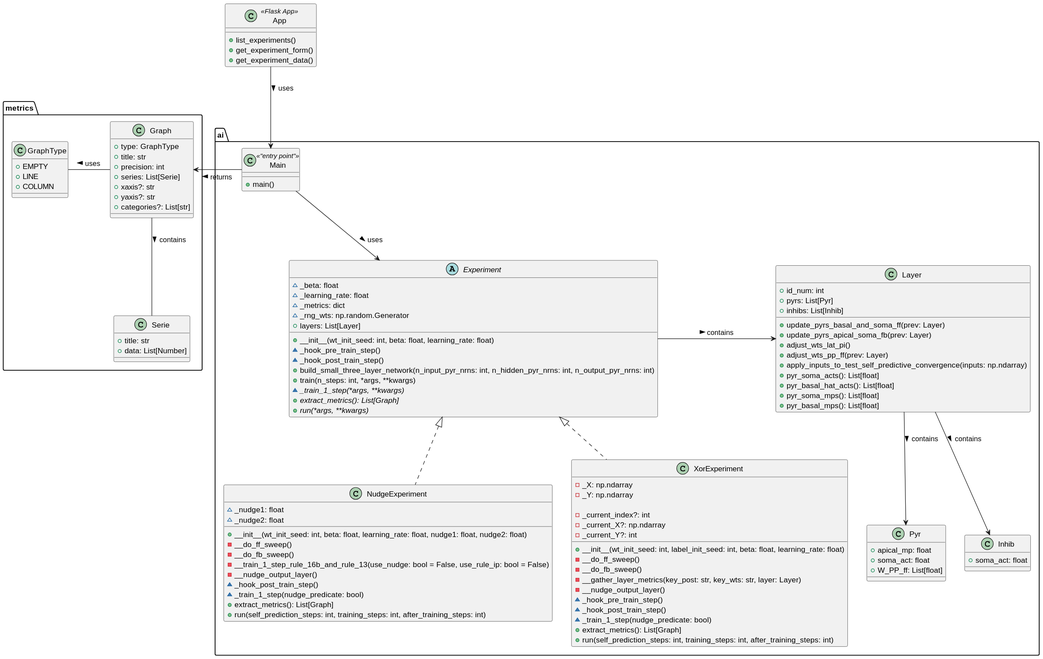
The PlantUML diagram docs/app_architecture.svg in AnthonySMaida/dendritic-microcircuits, before a commit.
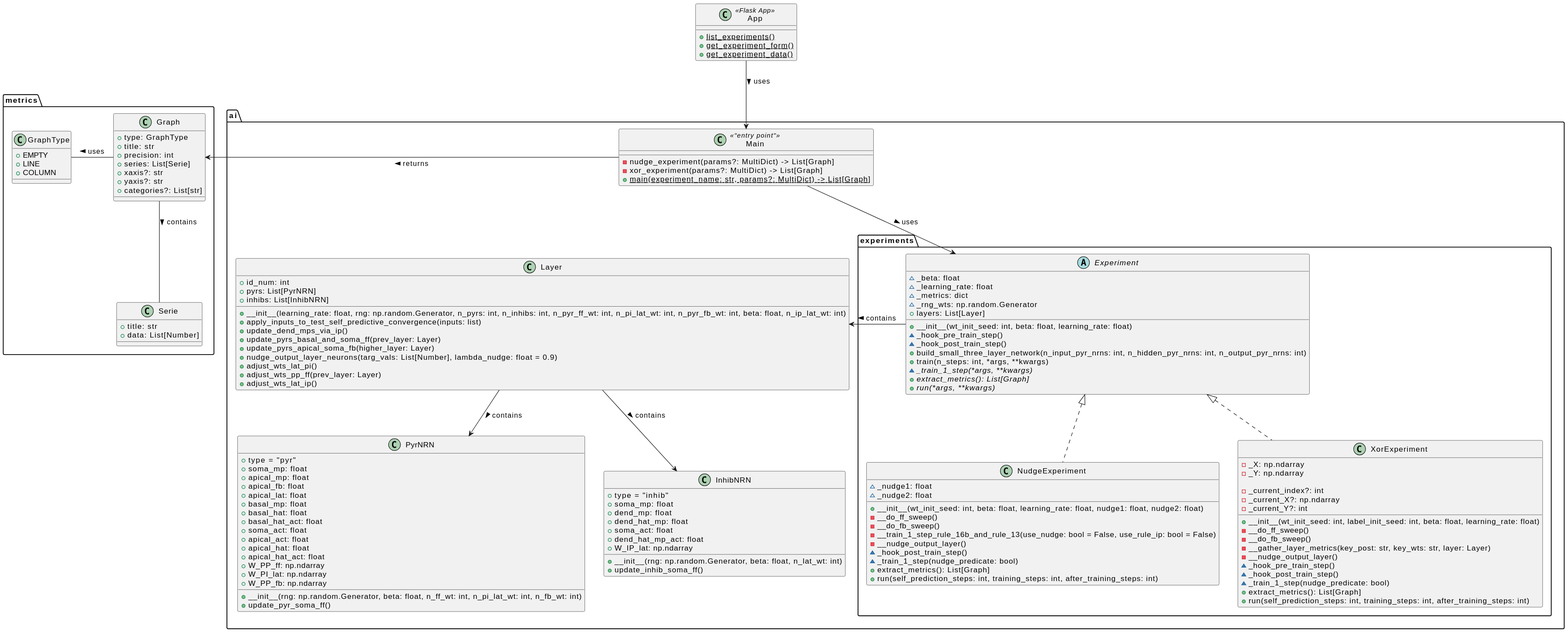
The same diagram one commit later.

Commit message:
Update ai package diagram

Diff of the diagram source:
```diff
@@ -26,95 +26,121 @@
 }
 
 package "ai" {
-    abstract class "Experiment" {
-        ~ _beta: float
-        ~ _learning_rate: float
-        ~ _metrics: dict
-        ~ _rng_wts: np.random.Generator
-        + layers: List[Layer]
-        + __init__(wt_init_seed: int, beta: float, learning_rate: float)
-        ~ _hook_pre_train_step()
-        ~ _hook_post_train_step()
-        + build_small_three_layer_network(n_input_pyr_nrns: int, n_hidden_pyr_nrns: int, n_output_pyr_nrns: int)
-        + train(n_steps: int, *args, **kwargs)
-        ~ {abstract} _train_1_step(*args, **kwargs)
-        + {abstract} extract_metrics(): List[Graph]
-        + {abstract} run(*args, **kwargs)
-    }
+    package "experiments" {
+        abstract class "Experiment" {
+            ~ _beta: float
+            ~ _learning_rate: float
+            ~ _metrics: dict
+            ~ _rng_wts: np.random.Generator
+            + layers: List[Layer]
+            + __init__(wt_init_seed: int, beta: float, learning_rate: float)
+            ~ _hook_pre_train_step()
+            ~ _hook_post_train_step()
+            + build_small_three_layer_network(n_input_pyr_nrns: int, n_hidden_pyr_nrns: int, n_output_pyr_nrns: int)
+            + train(n_steps: int, *args, **kwargs)
+            ~ {abstract} _train_1_step(*args, **kwargs)
+            + {abstract} extract_metrics(): List[Graph]
+            + {abstract} run(*args, **kwargs)
+        }
 
-    class "NudgeExperiment" implements "Experiment" {
-        ~ _nudge1: float
-        ~ _nudge2: float
-        + __init__(wt_init_seed: int, beta: float, learning_rate: float, nudge1: float, nudge2: float)
-        - __do_ff_sweep()
-        - __do_fb_sweep()
-        - __train_1_step_rule_16b_and_rule_13(use_nudge: bool = False, use_rule_ip: bool = False)
-        - __nudge_output_layer()
-        ~ _hook_post_train_step()
-        ~ _train_1_step(nudge_predicate: bool)
-        + extract_metrics(): List[Graph]
-        + run(self_prediction_steps: int, training_steps: int, after_training_steps: int)
-    }
+        class "NudgeExperiment" implements "Experiment" {
+            ~ _nudge1: float
+            ~ _nudge2: float
+            + __init__(wt_init_seed: int, beta: float, learning_rate: float, nudge1: float, nudge2: float)
+            - __do_ff_sweep()
+            - __do_fb_sweep()
+            - __train_1_step_rule_16b_and_rule_13(use_nudge: bool = False, use_rule_ip: bool = False)
+            - __nudge_output_layer()
+            ~ _hook_post_train_step()
+            ~ _train_1_step(nudge_predicate: bool)
+            + extract_metrics(): List[Graph]
+            + run(self_prediction_steps: int, training_steps: int, after_training_steps: int)
+        }
 
-    class "XorExperiment" implements "Experiment" {
-        - _X: np.ndarray
-        - _Y: np.ndarray
+        class "XorExperiment" implements "Experiment" {
+            - _X: np.ndarray
+            - _Y: np.ndarray
 
-        - _current_index?: int
-        - _current_X?: np.ndarray
-        - _current_Y?: int
+            - _current_index?: int
+            - _current_X?: np.ndarray
+            - _current_Y?: int
 
-        + __init__(wt_init_seed: int, label_init_seed: int, beta: float, learning_rate: float)
-        - __do_ff_sweep()
-        - __do_fb_sweep()
-        - __gather_layer_metrics(key_post: str, key_wts: str, layer: Layer)
-        - __nudge_output_layer()
-        ~ _hook_pre_train_step()
-        ~ _hook_post_train_step()
-        ~ _train_1_step(nudge_predicate: bool)
-        + extract_metrics(): List[Graph]
-        + run(self_prediction_steps: int, training_steps: int, after_training_steps: int)
+            + __init__(wt_init_seed: int, label_init_seed: int, beta: float, learning_rate: float)
+            - __do_ff_sweep()
+            - __do_fb_sweep()
+            - __gather_layer_metrics(key_post: str, key_wts: str, layer: Layer)
+            - __nudge_output_layer()
+            ~ _hook_pre_train_step()
+            ~ _hook_post_train_step()
+            ~ _train_1_step(nudge_predicate: bool)
+            + extract_metrics(): List[Graph]
+            + run(self_prediction_steps: int, training_steps: int, after_training_steps: int)
+        }
     }
 
     class "Layer" {
         + id_num: int
-        + pyrs: List[Pyr]
-        + inhibs: List[Inhib]
-        + update_pyrs_basal_and_soma_ff(prev: Layer)
-        + update_pyrs_apical_soma_fb(prev: Layer)
+        + pyrs: List[PyrNRN]
+        + inhibs: List[InhibNRN]
+        + __init__(learning_rate: float, rng: np.random.Generator, n_pyrs: int, n_inhibs: int, n_pyr_ff_wt: int, n_pi_lat_wt: int, n_pyr_fb_wt: int, beta: float, n_ip_lat_wt: int)
+        + apply_inputs_to_test_self_predictive_convergence(inputs: list)
+        + update_dend_mps_via_ip()
+        + update_pyrs_basal_and_soma_ff(prev_layer: Layer)
+        + update_pyrs_apical_soma_fb(higher_layer: Layer)
+        + nudge_output_layer_neurons(targ_vals: List[Number], lambda_nudge: float = 0.9)
         + adjust_wts_lat_pi()
-        + adjust_wts_pp_ff(prev: Layer)
-        + apply_inputs_to_test_self_predictive_convergence(inputs: np.ndarray)
-        + pyr_soma_acts(): List[float]
-        + pyr_basal_hat_acts(): List[float]
-        + pyr_soma_mps(): List[float]
-        + pyr_basal_mps(): List[float]
+        + adjust_wts_pp_ff(prev_layer: Layer)
+        + adjust_wts_lat_ip()
     }
 
-    class "Pyr" {
+    class "PyrNRN" {
+        + type = "pyr"
+        + soma_mp: float
         + apical_mp: float
+        + apical_fb: float
+        + apical_lat: float
+        + basal_mp: float
+        + basal_hat: float
+        + basal_hat_act: float
         + soma_act: float
-        + W_PP_ff: List[float]
+        + apical_act: float
+        + apical_hat: float
+        + apical_hat_act: float
+        + W_PP_ff: np.ndarray
+        + W_PI_lat: np.ndarray
+        + W_PP_fb: np.ndarray
+        + __init__(rng: np.random.Generator, beta: float, n_ff_wt: int, n_pi_lat_wt: int, n_fb_wt: int)
+        + update_pyr_soma_ff()
     }
 
-    class "Inhib" {
+    class "InhibNRN" {
+        + type = "inhib"
+        + soma_mp: float
+        + dend_mp: float
+        + dend_hat_mp: float
         + soma_act: float
+        + dend_hat_mp_act: float
+        + W_IP_lat: np.ndarray
+        + __init__(rng: np.random.Generator, beta: float, n_lat_wt: int)
+        + update_inhib_soma_ff()
     }
 
     class "Main" << "entry point" >> {
-        + main()
+        - nudge_experiment(params?: MultiDict) -> List[Graph]
+        - xor_experiment(params?: MultiDict) -> List[Graph]
+        + {static} main(experiment_name: str, params?: MultiDict) -> List[Graph]
     }
 
     "Experiment" -> "Layer" : > contains
-    "Layer" --> "Pyr" : > contains
-    "Layer" --> "Inhib" : > contains
+    "Layer" --> "PyrNRN" : > contains
+    "Layer" --> "InhibNRN" : > contains
     "Main" --> "Experiment" : > uses
 }
 
 class "App" << Flask App >> {
-    + list_experiments()
-    + get_experiment_form()
-    + get_experiment_data()
+    + {static} list_experiments()
+    + {static} get_experiment_form()
+    + {static} get_experiment_data()
 }
 
 "App" --> "ai.Main" : > uses
```
